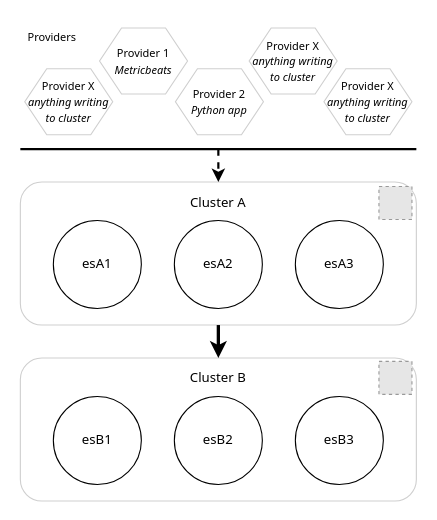
Earlier version of the draw.io diagram migration-strategy.drawio (flavienbwk/elasticsearch-migration-tutorial). Source tidied: cells renumbered, new cells numbered last; positions are measured from the earlier drawing's top-left corner, leaving out a move shared by most shapes. Both pictures are drawn from the tidied source at 110%, with x=0, y=0 at pixel (20, 19). Pictures stored in the file or linked from it are replaced by grey dashed boxes.
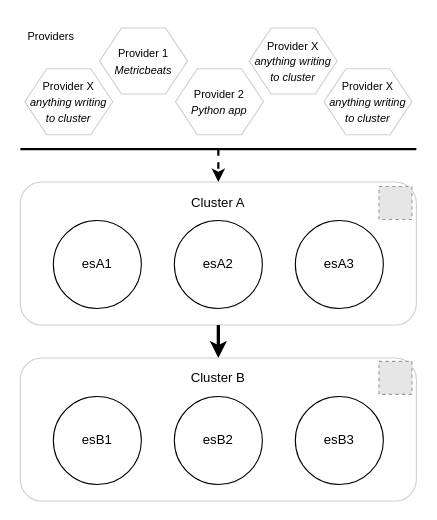
The same page after the edit.

The edit, as a diff of the source:
```diff
@@
-    <mxCell id="2" style="rounded=1;whiteSpace=wrap;html=1;fillColor=default;strokeColor=#CFCFCF;fontFamily=Tahoma;" parent="1" vertex="1">
+    <mxCell id="2" style="rounded=1;whiteSpace=wrap;html=1;fillColor=default;strokeColor=#CFCFCF;fontFamily=Helvetica;" parent="1" vertex="1">
       <mxGeometry y="148" width="360" height="130" as="geometry" />
     </mxCell>
-    <mxCell id="3" value="esA1" style="ellipse;whiteSpace=wrap;html=1;fontFamily=Tahoma;" parent="1" vertex="1">
+    <mxCell id="3" value="esA1" style="ellipse;whiteSpace=wrap;html=1;fontFamily=Helvetica;" parent="1" vertex="1">
       <mxGeometry x="30" y="183" width="80" height="80" as="geometry" />
     </mxCell>
-    <mxCell id="4" value="esA2" style="ellipse;whiteSpace=wrap;html=1;fontFamily=Tahoma;" parent="1" vertex="1">
+    <mxCell id="4" value="esA2" style="ellipse;whiteSpace=wrap;html=1;fontFamily=Helvetica;" parent="1" vertex="1">
       <mxGeometry x="140" y="183" width="80" height="80" as="geometry" />
     </mxCell>
-    <mxCell id="5" value="esA3" style="ellipse;whiteSpace=wrap;html=1;fontFamily=Tahoma;" parent="1" vertex="1">
+    <mxCell id="5" value="esA3" style="ellipse;whiteSpace=wrap;html=1;fontFamily=Helvetica;" parent="1" vertex="1">
       <mxGeometry x="250" y="183" width="80" height="80" as="geometry" />
     </mxCell>
-    <mxCell id="6" value="Cluster A" style="text;html=1;strokeColor=none;fillColor=none;align=center;verticalAlign=middle;whiteSpace=wrap;rounded=0;fontFamily=Tahoma;" parent="1" vertex="1">
+    <mxCell id="6" value="Cluster A" style="text;html=1;strokeColor=none;fillColor=none;align=center;verticalAlign=middle;whiteSpace=wrap;rounded=0;fontFamily=Helvetica;" parent="1" vertex="1">
       <mxGeometry x="150" y="152" width="60" height="30" as="geometry" />
     </mxCell>
-    <mxCell id="7" style="rounded=1;whiteSpace=wrap;html=1;fillColor=default;strokeColor=#CFCFCF;fontFamily=Tahoma;" parent="1" vertex="1">
+    <mxCell id="7" style="rounded=1;whiteSpace=wrap;html=1;fillColor=default;strokeColor=#CFCFCF;fontFamily=Helvetica;" parent="1" vertex="1">
       <mxGeometry y="308" width="360" height="130" as="geometry" />
     </mxCell>
-    <mxCell id="8" value="esB1" style="ellipse;whiteSpace=wrap;html=1;fontFamily=Tahoma;" parent="1" vertex="1">
+    <mxCell id="8" value="esB1" style="ellipse;whiteSpace=wrap;html=1;fontFamily=Helvetica;" parent="1" vertex="1">
       <mxGeometry x="30" y="343" width="80" height="80" as="geometry" />
     </mxCell>
-    <mxCell id="9" value="esB2" style="ellipse;whiteSpace=wrap;html=1;fontFamily=Tahoma;" parent="1" vertex="1">
+    <mxCell id="9" value="esB2" style="ellipse;whiteSpace=wrap;html=1;fontFamily=Helvetica;" parent="1" vertex="1">
       <mxGeometry x="140" y="343" width="80" height="80" as="geometry" />
     </mxCell>
-    <mxCell id="10" value="esB3" style="ellipse;whiteSpace=wrap;html=1;fontFamily=Tahoma;" parent="1" vertex="1">
+    <mxCell id="10" value="esB3" style="ellipse;whiteSpace=wrap;html=1;fontFamily=Helvetica;" parent="1" vertex="1">
       <mxGeometry x="250" y="343" width="80" height="80" as="geometry" />
     </mxCell>
-    <mxCell id="11" value="Cluster B" style="text;html=1;strokeColor=none;fillColor=none;align=center;verticalAlign=middle;whiteSpace=wrap;rounded=0;fontFamily=Tahoma;" parent="1" vertex="1">
+    <mxCell id="11" value="Cluster B" style="text;html=1;strokeColor=none;fillColor=none;align=center;verticalAlign=middle;whiteSpace=wrap;rounded=0;fontFamily=Helvetica;" parent="1" vertex="1">
       <mxGeometry x="150" y="311" width="60" height="30" as="geometry" />
     </mxCell>
-    <mxCell id="12" style="endArrow=classic;html=1;rounded=0;exitX=0.5;exitY=1;exitDx=0;exitDy=0;strokeWidth=3;fontFamily=Tahoma;" parent="1" edge="1" source="2">
+    <mxCell id="12" style="endArrow=classic;html=1;rounded=0;exitX=0.5;exitY=1;exitDx=0;exitDy=0;strokeWidth=3;fontFamily=Helvetica;" parent="1" edge="1" source="2">
       <mxGeometry relative="1" as="geometry">
         <mxPoint x="180" y="308" as="targetPoint" />
       </mxGeometry>
     </mxCell>
-    <mxCell id="13" style="fillColor=#E6E6E6;strokeColor=#999999;dashed=1;verticalLabelPosition=bottom;labelBackgroundColor=default;verticalAlign=top;fontFamily=Tahoma;" parent="1" vertex="1">
+    <mxCell id="13" style="fillColor=#E6E6E6;strokeColor=#999999;dashed=1;verticalLabelPosition=bottom;labelBackgroundColor=default;verticalAlign=top;fontFamily=Helvetica;" parent="1" vertex="1">
       <mxGeometry x="326" y="152" width="30" height="30" as="geometry" />
     </mxCell>
-    <mxCell id="14" style="fillColor=#E6E6E6;strokeColor=#999999;dashed=1;verticalLabelPosition=bottom;labelBackgroundColor=default;verticalAlign=top;fontFamily=Tahoma;" parent="1" vertex="1">
+    <mxCell id="14" style="fillColor=#E6E6E6;strokeColor=#999999;dashed=1;verticalLabelPosition=bottom;labelBackgroundColor=default;verticalAlign=top;fontFamily=Helvetica;" parent="1" vertex="1">
       <mxGeometry x="326" y="311" width="30" height="30" as="geometry" />
     </mxCell>
-    <mxCell id="15" value="&lt;font style=&quot;font-size: 10px;&quot;&gt;Provider 1&lt;br&gt;&lt;i&gt;Metricbeats&lt;/i&gt;&lt;/font&gt;" style="shape=hexagon;perimeter=hexagonPerimeter2;whiteSpace=wrap;html=1;fixedSize=1;strokeColor=#CFCFCF;fillColor=default;fontFamily=Tahoma;" parent="1" vertex="1">
+    <mxCell id="15" value="&lt;font style=&quot;font-size: 10px;&quot;&gt;Provider 1&lt;br&gt;&lt;i&gt;Metricbeats&lt;/i&gt;&lt;/font&gt;" style="shape=hexagon;perimeter=hexagonPerimeter2;whiteSpace=wrap;html=1;fixedSize=1;strokeColor=#CFCFCF;fillColor=default;fontFamily=Helvetica;" parent="1" vertex="1">
       <mxGeometry x="72" y="8" width="80" height="60" as="geometry" />
     </mxCell>
-    <mxCell id="16" value="&lt;font style=&quot;font-size: 10px;&quot;&gt;Provider 2&lt;br&gt;&lt;i&gt;Python app&lt;/i&gt;&lt;br&gt;&lt;/font&gt;" style="shape=hexagon;perimeter=hexagonPerimeter2;whiteSpace=wrap;html=1;fixedSize=1;strokeColor=#CFCFCF;fillColor=default;fontFamily=Tahoma;" parent="1" vertex="1">
+    <mxCell id="16" value="&lt;font style=&quot;font-size: 10px;&quot;&gt;Provider 2&lt;br&gt;&lt;i&gt;Python app&lt;/i&gt;&lt;br&gt;&lt;/font&gt;" style="shape=hexagon;perimeter=hexagonPerimeter2;whiteSpace=wrap;html=1;fixedSize=1;strokeColor=#CFCFCF;fillColor=default;fontFamily=Helvetica;" parent="1" vertex="1">
       <mxGeometry x="141" y="45" width="80" height="60" as="geometry" />
     </mxCell>
-    <mxCell id="17" value="&lt;font style=&quot;font-size: 10px;&quot;&gt;Provider X&lt;br&gt;&lt;i&gt;anything writing to cluster&lt;/i&gt;&lt;br&gt;&lt;/font&gt;" style="shape=hexagon;perimeter=hexagonPerimeter2;whiteSpace=wrap;html=1;fixedSize=1;strokeColor=#CFCFCF;fillColor=default;fontFamily=Tahoma;" parent="1" vertex="1">
+    <mxCell id="17" value="&lt;font style=&quot;font-size: 10px;&quot;&gt;Provider X&lt;br&gt;&lt;i&gt;anything writing to cluster&lt;/i&gt;&lt;br&gt;&lt;/font&gt;" style="shape=hexagon;perimeter=hexagonPerimeter2;whiteSpace=wrap;html=1;fixedSize=1;strokeColor=#CFCFCF;fillColor=default;fontFamily=Helvetica;" parent="1" vertex="1">
       <mxGeometry x="208" y="8" width="80" height="60" as="geometry" />
     </mxCell>
-    <mxCell id="18" style="endArrow=none;html=1;rounded=0;strokeWidth=2;fontSize=10;fontFamily=Tahoma;" parent="1" edge="1">
+    <mxCell id="18" style="endArrow=none;html=1;rounded=0;strokeWidth=2;fontSize=10;fontFamily=Helvetica;" parent="1" edge="1">
       <mxGeometry relative="1" as="geometry">
         <mxPoint y="118" as="sourcePoint" />
         <mxPoint x="360" y="118" as="targetPoint" />
       </mxGeometry>
     </mxCell>
-    <mxCell id="19" style="endArrow=classic;html=1;rounded=0;strokeWidth=2;fontSize=10;entryX=0.5;entryY=0;entryDx=0;entryDy=0;fontFamily=Tahoma;dashed=1;" parent="1" edge="1" target="2">
+    <mxCell id="19" style="endArrow=classic;html=1;rounded=0;strokeWidth=2;fontSize=10;entryX=0.5;entryY=0;entryDx=0;entryDy=0;fontFamily=Helvetica;dashed=1;" parent="1" edge="1" target="2">
       <mxGeometry relative="1" as="geometry">
         <mxPoint x="180" y="118" as="sourcePoint" />
       </mxGeometry>
     </mxCell>
-    <mxCell id="20" value="&lt;font style=&quot;font-size: 10px;&quot;&gt;Provider X&lt;br&gt;&lt;i&gt;anything writing to cluster&lt;/i&gt;&lt;br&gt;&lt;/font&gt;" style="shape=hexagon;perimeter=hexagonPerimeter2;whiteSpace=wrap;html=1;fixedSize=1;strokeColor=#CFCFCF;fillColor=default;fontFamily=Tahoma;" parent="1" vertex="1">
+    <mxCell id="20" value="&lt;font style=&quot;font-size: 10px;&quot;&gt;Provider X&lt;br&gt;&lt;i&gt;anything writing to cluster&lt;/i&gt;&lt;br&gt;&lt;/font&gt;" style="shape=hexagon;perimeter=hexagonPerimeter2;whiteSpace=wrap;html=1;fixedSize=1;strokeColor=#CFCFCF;fillColor=default;fontFamily=Helvetica;" parent="1" vertex="1">
       <mxGeometry x="276" y="45" width="80" height="60" as="geometry" />
     </mxCell>
-    <mxCell id="21" value="&lt;font style=&quot;font-size: 10px;&quot;&gt;Provider X&lt;br&gt;&lt;i&gt;anything writing to cluster&lt;/i&gt;&lt;br&gt;&lt;/font&gt;" style="shape=hexagon;perimeter=hexagonPerimeter2;whiteSpace=wrap;html=1;fixedSize=1;strokeColor=#CFCFCF;fillColor=default;fontFamily=Tahoma;" parent="1" vertex="1">
+    <mxCell id="21" value="&lt;font style=&quot;font-size: 10px;&quot;&gt;Provider X&lt;br&gt;&lt;i&gt;anything writing to cluster&lt;/i&gt;&lt;br&gt;&lt;/font&gt;" style="shape=hexagon;perimeter=hexagonPerimeter2;whiteSpace=wrap;html=1;fixedSize=1;strokeColor=#CFCFCF;fillColor=default;fontFamily=Helvetica;" parent="1" vertex="1">
       <mxGeometry x="4" y="45" width="80" height="60" as="geometry" />
     </mxCell>
-    <mxCell id="22" value="Providers" style="text;html=1;strokeColor=none;fillColor=none;align=left;verticalAlign=middle;whiteSpace=wrap;rounded=0;fontSize=10;fontFamily=Tahoma;" parent="1" vertex="1">
+    <mxCell id="22" value="Providers" style="text;html=1;strokeColor=none;fillColor=none;align=left;verticalAlign=middle;whiteSpace=wrap;rounded=0;fontSize=10;fontFamily=Helvetica;" parent="1" vertex="1">
       <mxGeometry x="5" width="60" height="30" as="geometry" />
     </mxCell>
```
